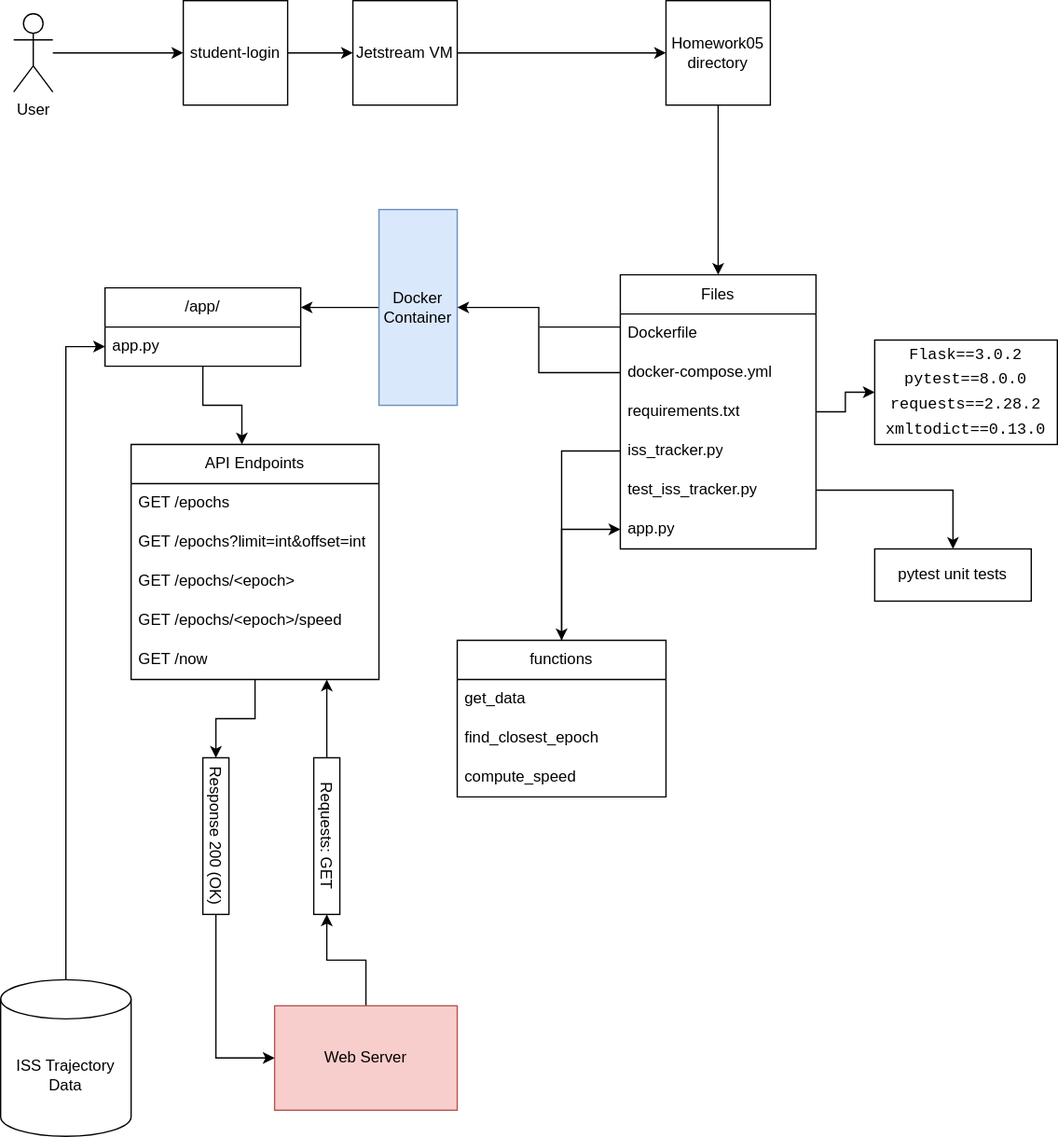
The draw.io diagram homework05/hw5_software_diagram.svg in hieucannguyen/coe332-Hieu-Nguyen, before a commit. Source tidied: cells renumbered, new cells last; positions are measured from the earlier drawing's top-left corner, leaving out a move shared by most shapes. The source it was exported from:
```xml
<mxGraphModel>
  <root>
    <mxCell id="0" />
    <mxCell id="1" parent="0" />
    <mxCell id="2" style="edgeStyle=orthogonalEdgeStyle;rounded=0;jettySize=auto;html=1;" parent="1" edge="1" source="3" target="5">
      <mxGeometry relative="1" as="geometry" />
    </mxCell>
    <mxCell id="3" value="student-login" style="whiteSpace=wrap;html=1;" parent="1" vertex="1">
      <mxGeometry x="140" width="80" height="80" as="geometry" />
    </mxCell>
    <mxCell id="4" style="edgeStyle=orthogonalEdgeStyle;rounded=0;jettySize=auto;html=1;" parent="1" edge="1" source="5" target="7">
      <mxGeometry relative="1" as="geometry" />
    </mxCell>
    <mxCell id="5" value="Jetstream VM" style="whiteSpace=wrap;html=1;" parent="1" vertex="1">
      <mxGeometry x="270" width="80" height="80" as="geometry" />
    </mxCell>
    <mxCell id="6" style="edgeStyle=orthogonalEdgeStyle;rounded=0;jettySize=auto;html=1;" parent="1" edge="1" source="7" target="10">
      <mxGeometry relative="1" as="geometry" />
    </mxCell>
    <mxCell id="7" value="Homework05 directory" style="whiteSpace=wrap;html=1;" parent="1" vertex="1">
      <mxGeometry x="510" width="80" height="80" as="geometry" />
    </mxCell>
    <mxCell id="8" style="edgeStyle=orthogonalEdgeStyle;rounded=0;jettySize=auto;html=1;entryX=0;entryY=0.5;entryDx=0;entryDy=0;" parent="1" edge="1" source="9" target="3">
      <mxGeometry relative="1" as="geometry" />
    </mxCell>
    <mxCell id="9" value="User" style="shape=umlActor;verticalLabelPosition=bottom;verticalAlign=top;html=1;outlineConnect=0;" parent="1" vertex="1">
      <mxGeometry x="10" y="10" width="30" height="60" as="geometry" />
    </mxCell>
    <mxCell id="10" value="Files" style="swimlane;fontStyle=0;horizontal=1;startSize=30;whiteSpace=wrap;html=1;" parent="1" vertex="1">
      <mxGeometry x="475" y="210" width="150" height="210" as="geometry" />
    </mxCell>
    <mxCell id="11" value="Dockerfile" style="text;strokeColor=none;fillColor=none;align=left;verticalAlign=middle;spacingLeft=4;spacingRight=4;overflow=hidden;whiteSpace=wrap;html=1;" parent="10" vertex="1">
      <mxGeometry y="30" width="150" height="30" as="geometry" />
    </mxCell>
    <mxCell id="12" value="docker-compose.yml" style="text;strokeColor=none;fillColor=none;align=left;verticalAlign=middle;spacingLeft=4;spacingRight=4;overflow=hidden;points=[[0,0.5],[1,0.5]];portConstraint=eastwest;whiteSpace=wrap;html=1;" parent="10" vertex="1">
      <mxGeometry y="60" width="150" height="30" as="geometry" />
    </mxCell>
    <mxCell id="13" value="requirements.txt" style="text;strokeColor=none;fillColor=none;align=left;verticalAlign=middle;spacingLeft=4;spacingRight=4;overflow=hidden;points=[[0,0.5],[1,0.5]];portConstraint=eastwest;whiteSpace=wrap;html=1;" parent="10" vertex="1">
      <mxGeometry y="90" width="150" height="30" as="geometry" />
    </mxCell>
    <mxCell id="14" value="iss_tracker.py" style="text;strokeColor=none;fillColor=none;align=left;verticalAlign=middle;spacingLeft=4;spacingRight=4;overflow=hidden;points=[[0,0.5],[1,0.5]];portConstraint=eastwest;whiteSpace=wrap;html=1;" parent="10" vertex="1">
      <mxGeometry y="120" width="150" height="30" as="geometry" />
    </mxCell>
    <mxCell id="15" value="test_iss_tracker.py" style="text;strokeColor=none;fillColor=none;align=left;verticalAlign=middle;spacingLeft=4;spacingRight=4;overflow=hidden;points=[[0,0.5],[1,0.5]];portConstraint=eastwest;whiteSpace=wrap;html=1;" parent="10" vertex="1">
      <mxGeometry y="150" width="150" height="30" as="geometry" />
    </mxCell>
    <mxCell id="16" value="app.py" style="text;strokeColor=none;fillColor=none;align=left;verticalAlign=middle;spacingLeft=4;spacingRight=4;overflow=hidden;points=[[0,0.5],[1,0.5]];portConstraint=eastwest;whiteSpace=wrap;html=1;" parent="10" vertex="1">
      <mxGeometry y="180" width="150" height="30" as="geometry" />
    </mxCell>
    <mxCell id="17" style="edgeStyle=orthogonalEdgeStyle;rounded=0;jettySize=auto;html=1;entryX=1;entryY=0.5;entryDx=0;entryDy=0;" parent="1" edge="1" source="19" target="x">
      <mxGeometry relative="1" as="geometry" />
    </mxCell>
    <mxCell id="18" style="edgeStyle=orthogonalEdgeStyle;rounded=0;jettySize=auto;html=1;entryX=1;entryY=0.25;entryDx=0;entryDy=0;" parent="1" edge="1" source="19" target="20">
      <mxGeometry relative="1" as="geometry" />
    </mxCell>
    <mxCell id="19" value="Docker&lt;br&gt;Container" style="rounded=0;whiteSpace=wrap;html=1;fillColor=#dae8fc;strokeColor=#6c8ebf;" parent="1" vertex="1">
      <mxGeometry x="290" y="160" width="60" height="150" as="geometry" />
    </mxCell>
    <mxCell id="20" value="/app/" style="swimlane;fontStyle=0;horizontal=1;startSize=30;whiteSpace=wrap;html=1;" parent="1" vertex="1">
      <mxGeometry x="80" y="220" width="150" height="60" as="geometry" />
    </mxCell>
    <mxCell id="21" value="app.py" style="text;strokeColor=none;fillColor=none;align=left;verticalAlign=middle;spacingLeft=4;spacingRight=4;overflow=hidden;points=[[0,0.5],[1,0.5]];portConstraint=eastwest;whiteSpace=wrap;html=1;" parent="20" vertex="1">
      <mxGeometry y="30" width="150" height="30" as="geometry" />
    </mxCell>
    <mxCell id="22" value="pytest unit tests" style="rounded=0;whiteSpace=wrap;html=1;" parent="1" vertex="1">
      <mxGeometry x="670" y="420" width="120" height="40" as="geometry" />
    </mxCell>
    <mxCell id="23" style="edgeStyle=orthogonalEdgeStyle;rounded=0;jettySize=auto;html=1;entryX=0.5;entryY=0;entryDx=0;entryDy=0;" parent="1" edge="1" source="15" target="22">
      <mxGeometry relative="1" as="geometry" />
    </mxCell>
    <mxCell id="24" style="edgeStyle=orthogonalEdgeStyle;rounded=0;jettySize=auto;html=1;entryX=0;entryY=0.5;entryDx=0;entryDy=0;" parent="1" edge="1" source="25" target="16">
      <mxGeometry relative="1" as="geometry" />
    </mxCell>
    <mxCell id="25" value="functions" style="swimlane;fontStyle=0;horizontal=1;startSize=30;whiteSpace=wrap;html=1;" parent="1" vertex="1">
      <mxGeometry x="350" y="490" width="160" height="120" as="geometry" />
    </mxCell>
    <mxCell id="26" value="get_data" style="text;strokeColor=none;fillColor=none;align=left;verticalAlign=middle;spacingLeft=4;spacingRight=4;overflow=hidden;whiteSpace=wrap;html=1;" parent="25" vertex="1">
      <mxGeometry y="30" width="160" height="30" as="geometry" />
    </mxCell>
    <mxCell id="27" value="find_closest_epoch" style="text;strokeColor=none;fillColor=none;align=left;verticalAlign=middle;spacingLeft=4;spacingRight=4;overflow=hidden;whiteSpace=wrap;html=1;" parent="25" vertex="1">
      <mxGeometry y="60" width="160" height="30" as="geometry" />
    </mxCell>
    <mxCell id="28" value="compute_speed" style="text;strokeColor=none;fillColor=none;align=left;verticalAlign=middle;spacingLeft=4;spacingRight=4;overflow=hidden;whiteSpace=wrap;html=1;" parent="25" vertex="1">
      <mxGeometry y="90" width="160" height="30" as="geometry" />
    </mxCell>
    <mxCell id="29" style="edgeStyle=orthogonalEdgeStyle;rounded=0;jettySize=auto;html=1;" parent="1" edge="1" source="14" target="25">
      <mxGeometry relative="1" as="geometry" />
    </mxCell>
    <mxCell id="30" value="&lt;div style=&quot;font-family: Consolas, &amp;quot;Courier New&amp;quot;, monospace; line-height: 19px;&quot;&gt;&lt;div style=&quot;&quot;&gt;&lt;span style=&quot;background-color: rgb(255, 255, 255);&quot;&gt;Flask==3.0.2&lt;/span&gt;&lt;/div&gt;&lt;div style=&quot;&quot;&gt;&lt;span style=&quot;background-color: rgb(255, 255, 255);&quot;&gt;pytest==8.0.0&lt;/span&gt;&lt;/div&gt;&lt;div style=&quot;&quot;&gt;&lt;span style=&quot;background-color: rgb(255, 255, 255);&quot;&gt;requests==2.28.2&lt;/span&gt;&lt;/div&gt;&lt;div style=&quot;&quot;&gt;&lt;span style=&quot;background-color: rgb(255, 255, 255);&quot;&gt;xmltodict==0.13.0&lt;/span&gt;&lt;/div&gt;&lt;/div&gt;" style="rounded=0;whiteSpace=wrap;html=1;" parent="1" vertex="1">
      <mxGeometry x="670" y="260" width="140" height="80" as="geometry" />
    </mxCell>
    <mxCell id="31" style="edgeStyle=orthogonalEdgeStyle;rounded=0;jettySize=auto;html=1;" parent="1" edge="1" source="13" target="30">
      <mxGeometry relative="1" as="geometry" />
    </mxCell>
    <mxCell id="32" style="edgeStyle=orthogonalEdgeStyle;rounded=0;jettySize=auto;html=1;entryX=1;entryY=0.5;entryDx=0;entryDy=0;" parent="1" edge="1" source="12" target="19">
      <mxGeometry relative="1" as="geometry" />
    </mxCell>
    <mxCell id="33" style="endArrow=none;html=1;rounded=0;" parent="1" edge="1">
      <mxGeometry relative="1" as="geometry">
        <mxPoint x="413" y="250" as="sourcePoint" />
        <mxPoint x="475" y="250" as="targetPoint" />
      </mxGeometry>
    </mxCell>
    <mxCell id="34" style="edgeStyle=orthogonalEdgeStyle;rounded=0;jettySize=auto;html=1;entryX=0;entryY=0.5;entryDx=0;entryDy=0;" parent="1" edge="1" source="35" target="21">
      <mxGeometry relative="1" as="geometry" />
    </mxCell>
    <mxCell id="35" value="ISS Trajectory Data" style="shape=cylinder3;whiteSpace=wrap;html=1;boundedLbl=1;backgroundOutline=1;size=15;" parent="1" vertex="1">
      <mxGeometry y="750" width="100" height="120" as="geometry" />
    </mxCell>
    <mxCell id="36" style="edgeStyle=orthogonalEdgeStyle;rounded=0;jettySize=auto;html=1;entryX=1;entryY=0.5;entryDx=0;entryDy=0;" parent="1" edge="1" source="37" target="48">
      <mxGeometry relative="1" as="geometry" />
    </mxCell>
    <mxCell id="37" value="Web Server" style="rounded=0;whiteSpace=wrap;html=1;fillColor=#f8cecc;strokeColor=#b85450;" parent="1" vertex="1">
      <mxGeometry x="210" y="770" width="140" height="80" as="geometry" />
    </mxCell>
    <mxCell id="38" style="edgeStyle=orthogonalEdgeStyle;rounded=0;jettySize=auto;html=1;entryX=0;entryY=0.5;entryDx=0;entryDy=0;" parent="1" edge="1" source="39" target="46">
      <mxGeometry relative="1" as="geometry" />
    </mxCell>
    <mxCell id="39" value="API Endpoints" style="swimlane;fontStyle=0;horizontal=1;startSize=30;whiteSpace=wrap;html=1;" parent="1" vertex="1">
      <mxGeometry x="100" y="340" width="190" height="180" as="geometry" />
    </mxCell>
    <mxCell id="40" value="GET /epochs" style="text;strokeColor=none;fillColor=none;align=left;verticalAlign=middle;spacingLeft=4;spacingRight=4;overflow=hidden;whiteSpace=wrap;html=1;" parent="39" vertex="1">
      <mxGeometry y="30" width="190" height="30" as="geometry" />
    </mxCell>
    <mxCell id="41" value="GET /epochs?limit=int&amp;amp;offset=int" style="text;strokeColor=none;fillColor=none;align=left;verticalAlign=middle;spacingLeft=4;spacingRight=4;overflow=hidden;whiteSpace=wrap;html=1;" parent="39" vertex="1">
      <mxGeometry y="60" width="190" height="30" as="geometry" />
    </mxCell>
    <mxCell id="42" value="GET /epochs/&amp;lt;epoch&amp;gt;" style="text;strokeColor=none;fillColor=none;align=left;verticalAlign=middle;spacingLeft=4;spacingRight=4;overflow=hidden;whiteSpace=wrap;html=1;" parent="39" vertex="1">
      <mxGeometry y="90" width="190" height="30" as="geometry" />
    </mxCell>
    <mxCell id="43" value="GET /epochs/&amp;lt;epoch&amp;gt;/speed" style="text;strokeColor=none;fillColor=none;align=left;verticalAlign=middle;spacingLeft=4;spacingRight=4;overflow=hidden;whiteSpace=wrap;html=1;" parent="39" vertex="1">
      <mxGeometry y="120" width="190" height="30" as="geometry" />
    </mxCell>
    <mxCell id="44" value="GET /now" style="text;strokeColor=none;fillColor=none;align=left;verticalAlign=middle;spacingLeft=4;spacingRight=4;overflow=hidden;whiteSpace=wrap;html=1;" parent="39" vertex="1">
      <mxGeometry y="150" width="190" height="30" as="geometry" />
    </mxCell>
    <mxCell id="45" style="edgeStyle=orthogonalEdgeStyle;rounded=0;jettySize=auto;html=1;entryX=0.447;entryY=0;entryDx=0;entryDy=0;entryPerimeter=0;" parent="1" edge="1" source="20" target="39">
      <mxGeometry relative="1" as="geometry" />
    </mxCell>
    <mxCell id="46" value="Response 200 (OK)" style="rounded=0;whiteSpace=wrap;html=1;rotation=90;" parent="1" vertex="1">
      <mxGeometry x="105" y="630" width="120" height="20" as="geometry" />
    </mxCell>
    <mxCell id="47" style="edgeStyle=orthogonalEdgeStyle;rounded=0;jettySize=auto;html=1;" parent="1" edge="1" source="48">
      <mxGeometry relative="1" as="geometry">
        <mxPoint x="250" y="520" as="targetPoint" />
      </mxGeometry>
    </mxCell>
    <mxCell id="48" value="Requests: GET" style="rounded=0;whiteSpace=wrap;html=1;rotation=90;" parent="1" vertex="1">
      <mxGeometry x="190" y="630" width="120" height="20" as="geometry" />
    </mxCell>
    <mxCell id="49" style="endArrow=classic;html=1;rounded=0;exitX=1;exitY=0.5;exitDx=0;exitDy=0;entryX=0;entryY=0.5;entryDx=0;entryDy=0;" parent="1" edge="1" source="46" target="37">
      <mxGeometry relative="1" as="geometry">
        <Array as="points">
          <mxPoint x="165" y="810" />
        </Array>
      </mxGeometry>
    </mxCell>
  </root>
</mxGraphModel>
```
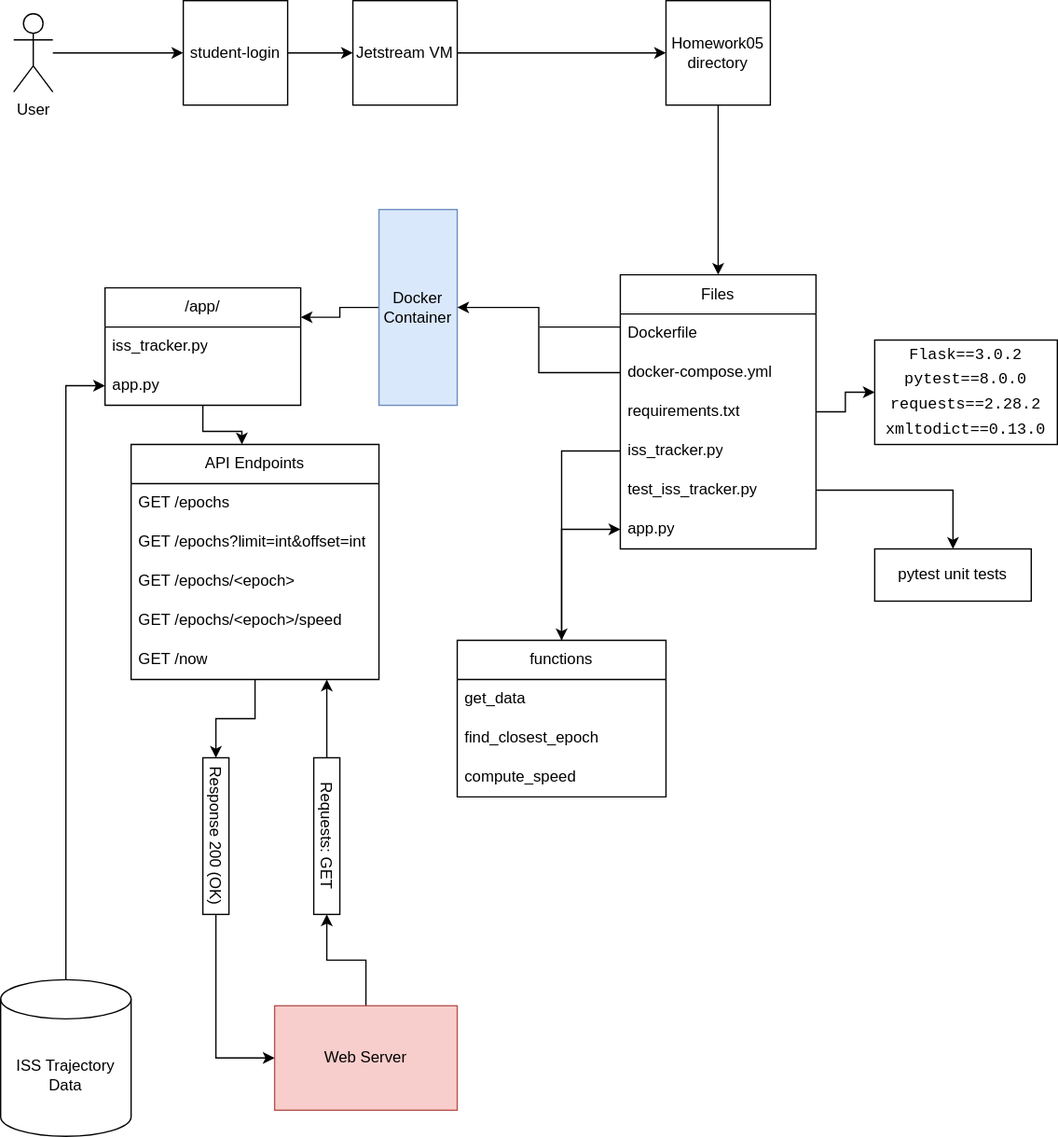
Above is the later version.

What changed in the source:
```diff
@@ -47,7 +47,7 @@
     <mxCell id="16" value="app.py" style="text;strokeColor=none;fillColor=none;align=left;verticalAlign=middle;spacingLeft=4;spacingRight=4;overflow=hidden;points=[[0,0.5],[1,0.5]];portConstraint=eastwest;whiteSpace=wrap;html=1;" parent="10" vertex="1">
       <mxGeometry y="180" width="150" height="30" as="geometry" />
     </mxCell>
-    <mxCell id="17" style="edgeStyle=orthogonalEdgeStyle;rounded=0;jettySize=auto;html=1;entryX=1;entryY=0.5;entryDx=0;entryDy=0;" parent="1" edge="1" source="19" target="x">
+    <mxCell id="17" style="edgeStyle=orthogonalEdgeStyle;rounded=0;jettySize=auto;html=1;entryX=1;entryY=0.5;entryDx=0;entryDy=0;" parent="1" edge="1" source="19">
       <mxGeometry relative="1" as="geometry" />
     </mxCell>
     <mxCell id="18" style="edgeStyle=orthogonalEdgeStyle;rounded=0;jettySize=auto;html=1;entryX=1;entryY=0.25;entryDx=0;entryDy=0;" parent="1" edge="1" source="19" target="20">
@@ -57,10 +57,13 @@
       <mxGeometry x="290" y="160" width="60" height="150" as="geometry" />
     </mxCell>
     <mxCell id="20" value="/app/" style="swimlane;fontStyle=0;horizontal=1;startSize=30;whiteSpace=wrap;html=1;" parent="1" vertex="1">
-      <mxGeometry x="80" y="220" width="150" height="60" as="geometry" />
+      <mxGeometry x="80" y="220" width="150" height="90" as="geometry" />
     </mxCell>
+    <mxCell id="50" value="iss_tracker.py" style="text;strokeColor=none;fillColor=none;align=left;verticalAlign=middle;spacingLeft=4;spacingRight=4;overflow=hidden;whiteSpace=wrap;html=1;" parent="20" vertex="1">
+      <mxGeometry y="30" width="150" height="30" as="geometry" />
+    </mxCell>
     <mxCell id="21" value="app.py" style="text;strokeColor=none;fillColor=none;align=left;verticalAlign=middle;spacingLeft=4;spacingRight=4;overflow=hidden;points=[[0,0.5],[1,0.5]];portConstraint=eastwest;whiteSpace=wrap;html=1;" parent="20" vertex="1">
-      <mxGeometry y="30" width="150" height="30" as="geometry" />
+      <mxGeometry y="60" width="150" height="30" as="geometry" />
     </mxCell>
     <mxCell id="22" value="pytest unit tests" style="rounded=0;whiteSpace=wrap;html=1;" parent="1" vertex="1">
       <mxGeometry x="670" y="420" width="120" height="40" as="geometry" />
```
